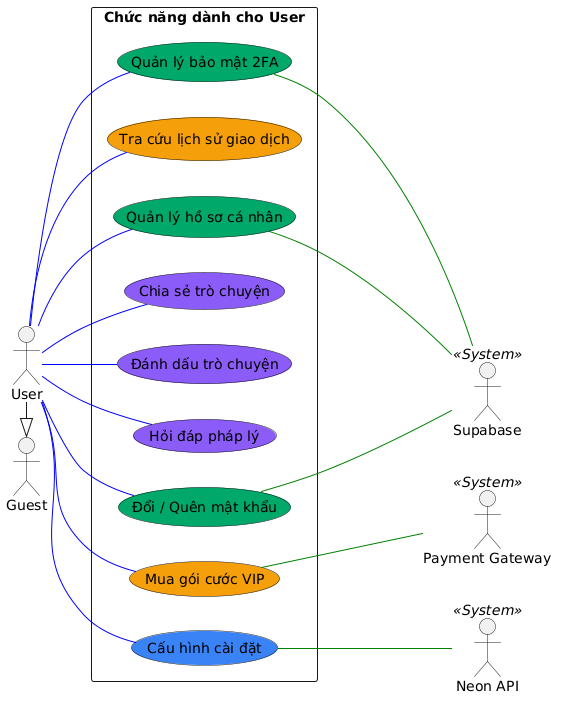
Before: temp/01-UseCase/UML-UseCase-User.png, a diagram exported from PlantUML (20206205Tech/docs-uml).
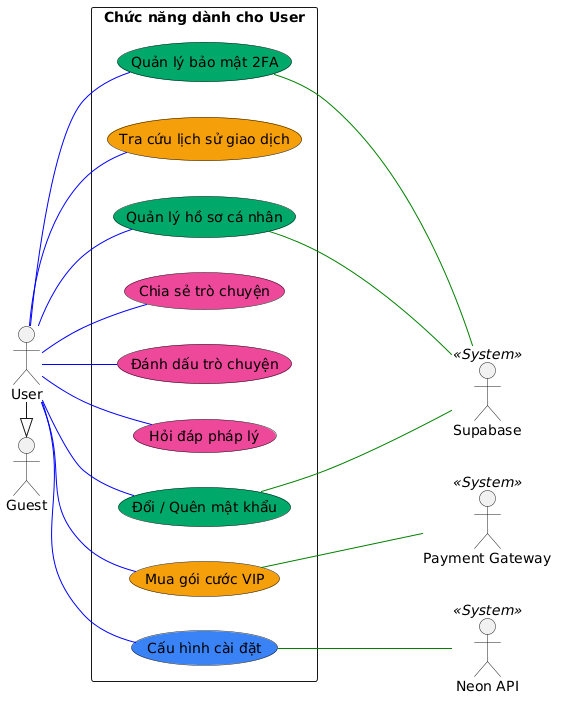
After the change.

What changed in the source:
```diff
@@ -17,9 +17,9 @@
   usecase "Quản lý hồ sơ cá nhân" as UC_Profile #00a86b
   usecase "Đổi / Quên mật khẩu" as UC_Password #00a86b
 
-  usecase "Hỏi đáp pháp lý" as UC_Chat #8b5cf6
-  usecase "Đánh dấu trò chuyện" as UC_Bookmark #8b5cf6
-  usecase "Chia sẻ trò chuyện" as UC_Share #8b5cf6
+  usecase "Hỏi đáp pháp lý" as UC_Chat #ec4899
+  usecase "Đánh dấu trò chuyện" as UC_Bookmark #ec4899
+  usecase "Chia sẻ trò chuyện" as UC_Share #ec4899
 
   usecase "Mua gói cước VIP" as UC_PurchaseVIP #f59e0b
   usecase "Tra cứu lịch sử giao dịch" as UC_TransactionHistory #f59e0b
```
